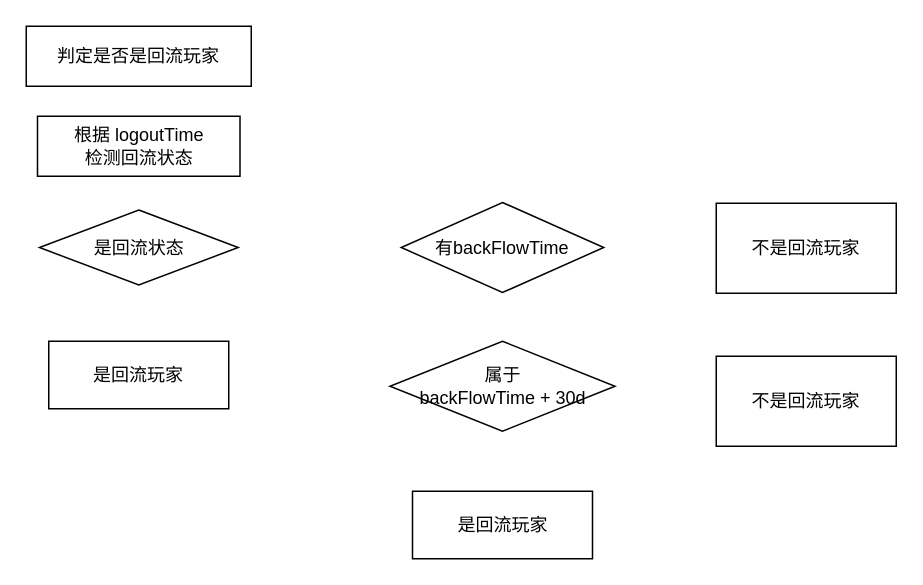
The draw.io diagram SSJJ2/SS2回流用户判定.drawio in Ordertiny/graph, before the edit. Source tidied: cells renumbered, new cells numbered last; positions are measured from the earlier drawing's top-left corner, leaving out a move shared by most shapes. Both pictures are drawn from the tidied source at 150%, with x=0, y=0 at pixel (26, 26).
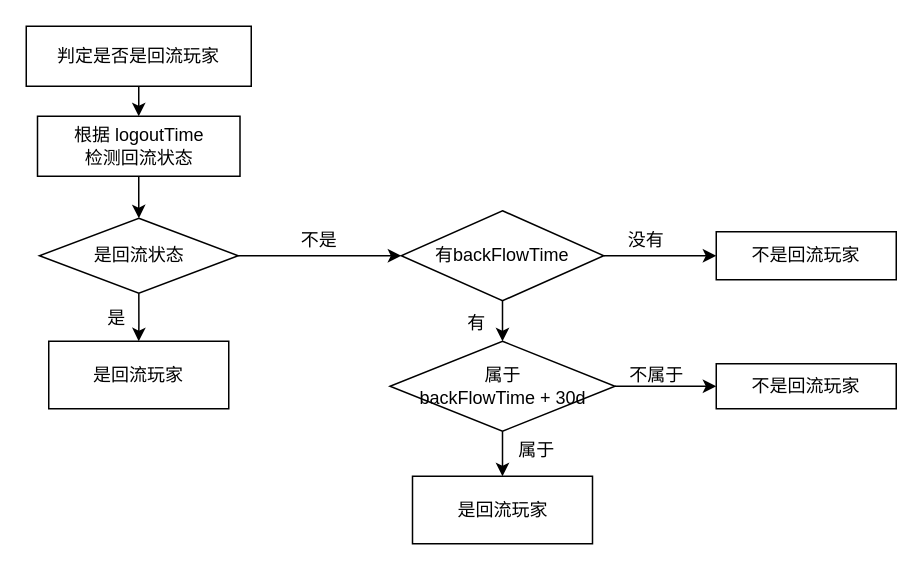
After the change.

Commit message (it also covers changes not shown here):
更新SS2回流用户判定.drawio

The change refers to these unchanged cells:
```xml
<mxCell id="2" value="判定是否是回流玩家" style="rounded=0;whiteSpace=wrap;html=1;" parent="1" vertex="1">
  <mxGeometry width="150" height="40" as="geometry" />
</mxCell>
<mxCell id="4" value="是回流玩家" style="rounded=0;whiteSpace=wrap;html=1;" parent="1" vertex="1">
  <mxGeometry x="15" y="210" width="120" height="45" as="geometry" />
</mxCell>
<mxCell id="5" value="&lt;div&gt;根据 logoutTime&lt;/div&gt;检测回流状态" style="rounded=0;whiteSpace=wrap;html=1;" parent="1" vertex="1">
  <mxGeometry x="7.5" y="60" width="135" height="40" as="geometry" />
</mxCell>
<mxCell id="8" value="&lt;div&gt;属于&lt;/div&gt;backFlowTime + 30d" style="rhombus;whiteSpace=wrap;html=1;" parent="1" vertex="1">
  <mxGeometry x="242.5" y="210" width="150" height="60" as="geometry" />
</mxCell>
```

Change to the diagram source:
```diff
@@
+    <mxCell id="11" style="edgeStyle=orthogonalEdgeStyle;rounded=0;jettySize=auto;html=1;exitX=0.5;exitY=1;exitDx=0;exitDy=0;entryX=0.5;entryY=0;entryDx=0;entryDy=0;" parent="1" edge="1" source="2" target="5">
+      <mxGeometry relative="1" as="geometry" />
+    </mxCell>
@@
+    <mxCell id="12" style="edgeStyle=orthogonalEdgeStyle;rounded=0;jettySize=auto;html=1;exitX=0.5;exitY=1;exitDx=0;exitDy=0;" parent="1" edge="1" source="3" target="8">
+      <mxGeometry relative="1" as="geometry" />
+    </mxCell>
+    <mxCell id="13" style="edgeStyle=orthogonalEdgeStyle;rounded=0;jettySize=auto;html=1;" parent="1" edge="1" source="3" target="7">
+      <mxGeometry relative="1" as="geometry" />
+    </mxCell>
     <mxCell id="3" value="有backFlowTime" style="rhombus;whiteSpace=wrap;html=1;" parent="1" vertex="1">
-      <mxGeometry x="250" y="117.5" width="135" height="60" as="geometry" />
+      <mxGeometry x="250" y="123" width="135" height="60" as="geometry" />
     </mxCell>
@@
+    <mxCell id="14" style="edgeStyle=orthogonalEdgeStyle;rounded=0;jettySize=auto;html=1;exitX=0.5;exitY=1;exitDx=0;exitDy=0;" parent="1" edge="1" source="5" target="6">
+      <mxGeometry relative="1" as="geometry" />
+    </mxCell>
@@
+    <mxCell id="15" style="edgeStyle=orthogonalEdgeStyle;rounded=0;jettySize=auto;html=1;exitX=0.5;exitY=1;exitDx=0;exitDy=0;" parent="1" edge="1" source="6" target="4">
+      <mxGeometry relative="1" as="geometry" />
+    </mxCell>
+    <mxCell id="16" style="edgeStyle=orthogonalEdgeStyle;rounded=0;jettySize=auto;html=1;exitX=1;exitY=0.5;exitDx=0;exitDy=0;" parent="1" edge="1" source="6" target="3">
+      <mxGeometry relative="1" as="geometry" />
+    </mxCell>
     <mxCell id="6" value="是回流状态" style="rhombus;whiteSpace=wrap;html=1;" parent="1" vertex="1">
-      <mxGeometry x="8.8" y="122.5" width="132.5" height="50" as="geometry" />
+      <mxGeometry x="8.8" y="128" width="132.5" height="50" as="geometry" />
     </mxCell>
     <mxCell id="7" value="不是回流玩家" style="rounded=0;whiteSpace=wrap;html=1;" parent="1" vertex="1">
-      <mxGeometry x="460" y="118" width="120" height="60" as="geometry" />
+      <mxGeometry x="460" y="137" width="120" height="32" as="geometry" />
     </mxCell>
+    <mxCell id="17" style="edgeStyle=orthogonalEdgeStyle;rounded=0;jettySize=auto;html=1;exitX=0.5;exitY=1;exitDx=0;exitDy=0;" parent="1" edge="1" source="8" target="10">
+      <mxGeometry relative="1" as="geometry" />
+    </mxCell>
+    <mxCell id="18" style="edgeStyle=orthogonalEdgeStyle;rounded=0;jettySize=auto;html=1;exitX=1;exitY=0.5;exitDx=0;exitDy=0;" parent="1" edge="1" source="8" target="9">
+      <mxGeometry relative="1" as="geometry" />
+    </mxCell>
@@
     <mxCell id="9" value="不是回流玩家" style="rounded=0;whiteSpace=wrap;html=1;" parent="1" vertex="1">
-      <mxGeometry x="460" y="220" width="120" height="60" as="geometry" />
+      <mxGeometry x="460" y="225" width="120" height="30" as="geometry" />
     </mxCell>
     <mxCell id="10" value="是回流玩家" style="rounded=0;whiteSpace=wrap;html=1;" parent="1" vertex="1">
-      <mxGeometry x="257.5" y="310" width="120" height="45" as="geometry" />
+      <mxGeometry x="257.5" y="300" width="120" height="45" as="geometry" />
     </mxCell>
+    <mxCell id="19" value="不是" style="text;html=1;align=center;verticalAlign=middle;strokeColor=none;fillColor=none;" parent="1" vertex="1">
+      <mxGeometry x="170" y="128" width="50" height="30" as="geometry" />
+    </mxCell>
+    <mxCell id="20" value="是" style="text;html=1;align=center;verticalAlign=middle;strokeColor=none;fillColor=none;" parent="1" vertex="1">
+      <mxGeometry x="40" y="180" width="40" height="30" as="geometry" />
+    </mxCell>
+    <mxCell id="21" value="没有" style="text;html=1;align=center;verticalAlign=middle;strokeColor=none;fillColor=none;" parent="1" vertex="1">
+      <mxGeometry x="387.5" y="128" width="50" height="30" as="geometry" />
+    </mxCell>
+    <mxCell id="22" value="有" style="text;html=1;align=center;verticalAlign=middle;strokeColor=none;fillColor=none;" parent="1" vertex="1">
+      <mxGeometry x="280" y="183" width="40" height="30" as="geometry" />
+    </mxCell>
+    <mxCell id="23" value="不属于" style="text;html=1;align=center;verticalAlign=middle;strokeColor=none;fillColor=none;" parent="1" vertex="1">
+      <mxGeometry x="390" y="218" width="60" height="30" as="geometry" />
+    </mxCell>
+    <mxCell id="24" value="属于" style="text;html=1;align=center;verticalAlign=middle;strokeColor=none;fillColor=none;" parent="1" vertex="1">
+      <mxGeometry x="315" y="268" width="50" height="30" as="geometry" />
+    </mxCell>
```
